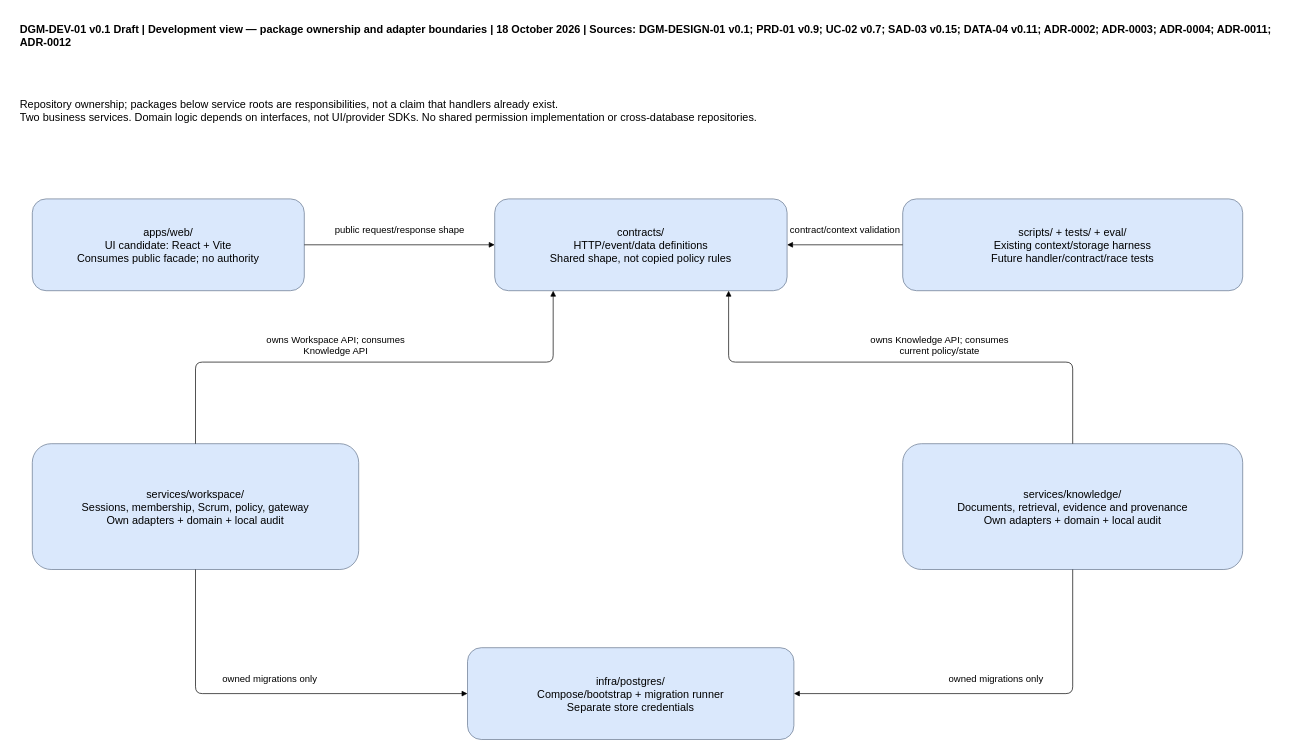
This is docs/sdlc/diagrams/development/package-ownership.drawio from 900M100CK/scrum-workspace-KMS-ai, a draw.io file, before an edit. Source tidied: cells renumbered, new cells numbered last; positions are measured from the earlier drawing's top-left corner, leaving out a move shared by most shapes. Both pictures are drawn from the tidied source at 68%, with x=0, y=0 at pixel (12, 12).
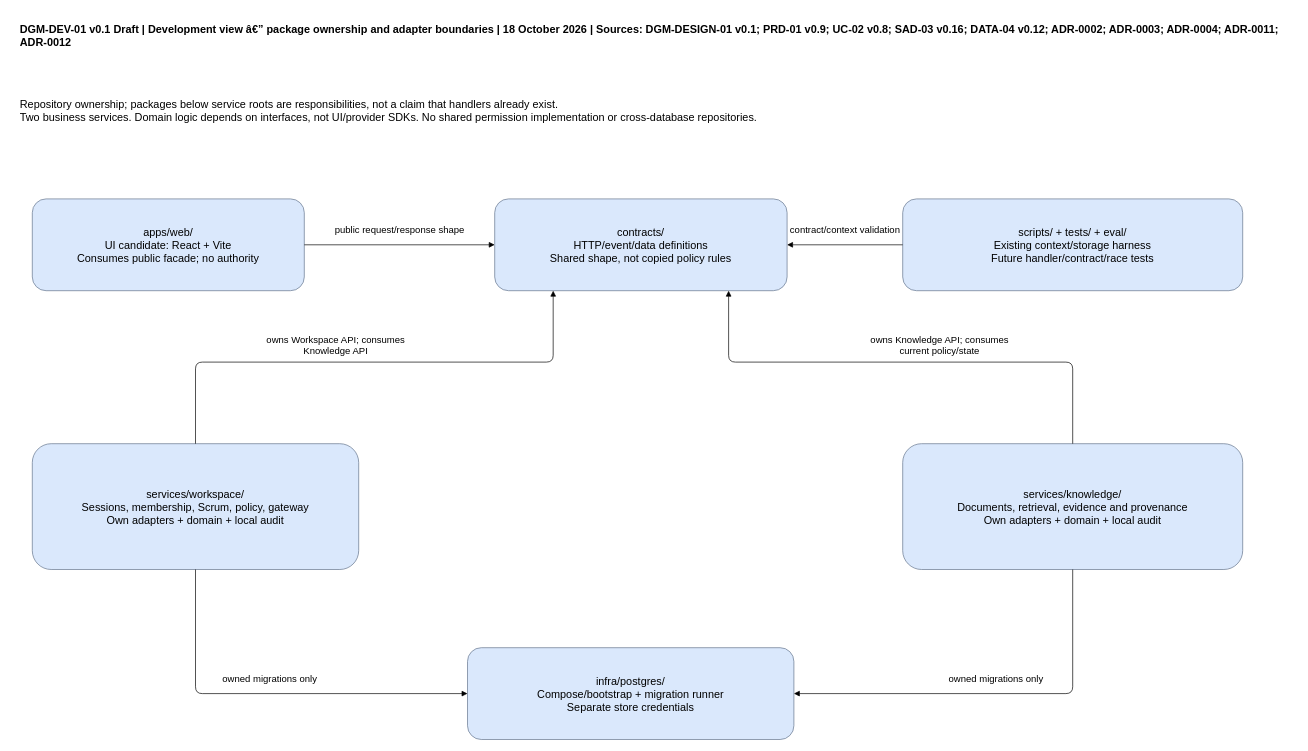
After the change.

The edit, as a diff of the source:
```diff
@@
-    <mxCell id="14" value="DGM-DEV-01 v0.1 Draft | Development view — package ownership and adapter boundaries | 18 October 2026 | Sources: DGM-DESIGN-01 v0.1; PRD-01 v0.9; UC-02 v0.7; SAD-03 v0.15; DATA-04 v0.11; ADR-0002; ADR-0003; ADR-0004; ADR-0011; ADR-0012" style="text;align=left;fontStyle=1;whiteSpace=wrap;html=1;fontSize=16;spacing=12;" parent="1" vertex="1">
+    <mxCell id="14" value="DGM-DEV-01 v0.1 Draft | Development view â€” package ownership and adapter boundaries | 18 October 2026 | Sources: DGM-DESIGN-01 v0.1; PRD-01 v0.9; UC-02 v0.8; SAD-03 v0.16; DATA-04 v0.12; ADR-0002; ADR-0003; ADR-0004; ADR-0011; ADR-0012" style="text;align=left;fontStyle=1;whiteSpace=wrap;html=1;fontSize=16;spacing=12;" parent="1" vertex="1">
       <mxGeometry width="1890" height="105" as="geometry" />
     </mxCell>
```
